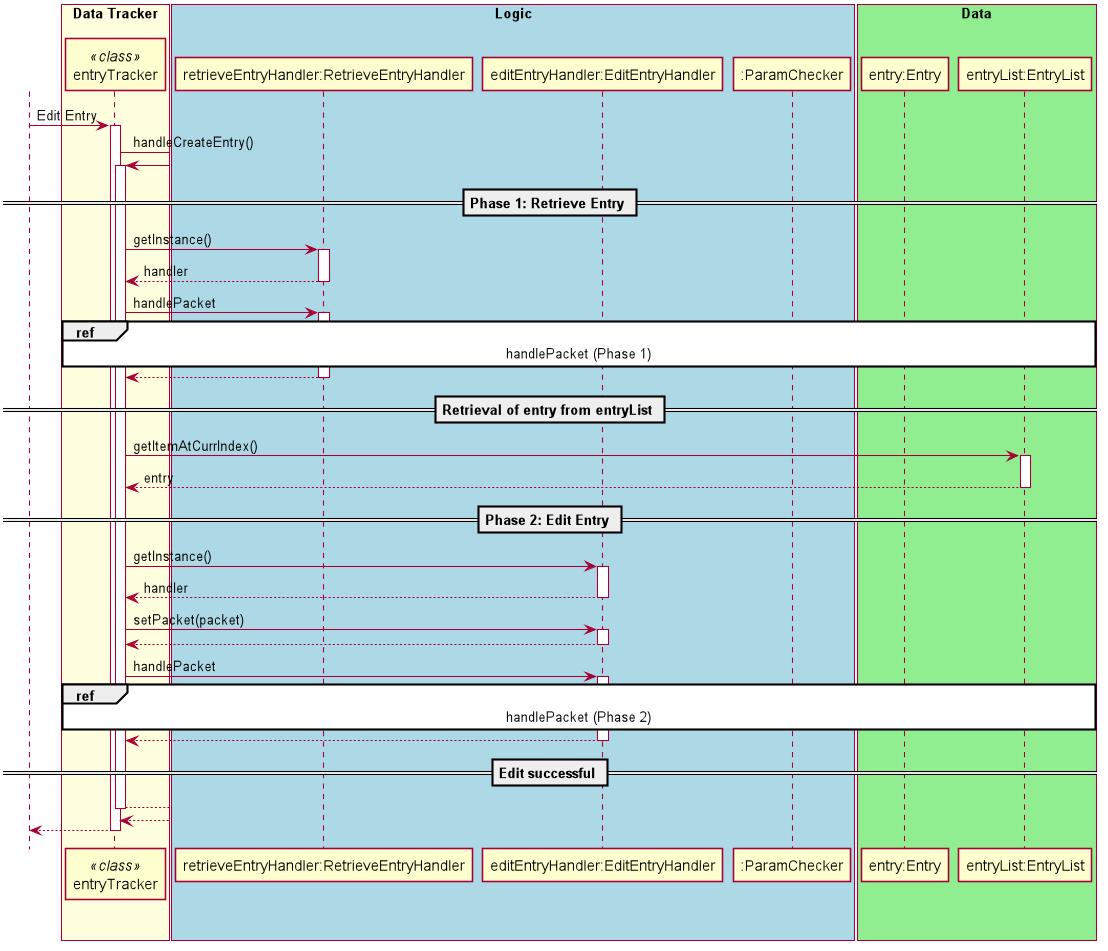
Above: docs/uml_images/images_updated/entryTrackerEditEntrySeqDiagram1.png in nus-cs2113-AY2021S1/tp (PlantUML), before the change.
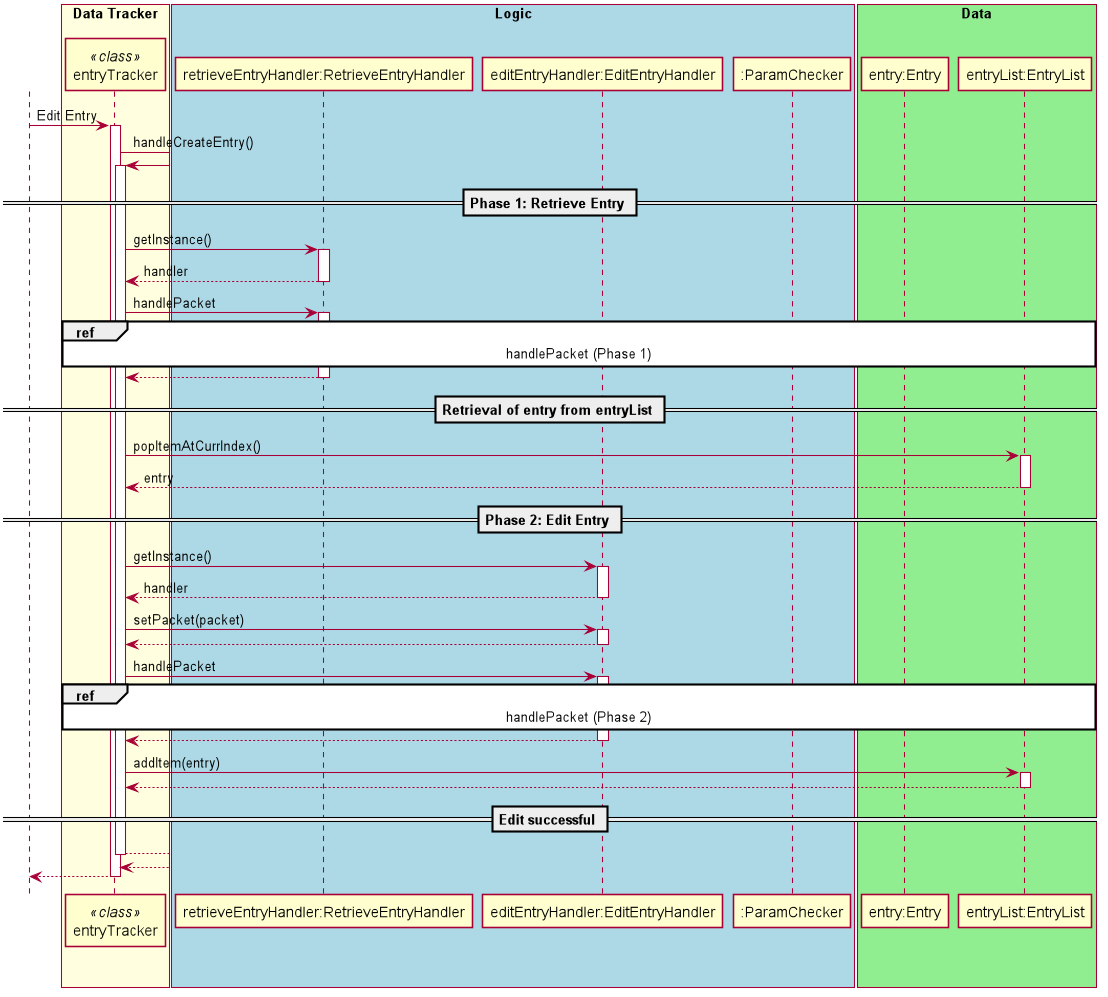
The same diagram one commit later.

What changed in the source:
```diff
@@ -41,7 +41,7 @@
        return
 
     == Retrieval of entry from entryList ==
-    entryTracker -> "entryList:EntryList" : getItemAtCurrIndex()
+    entryTracker -> "entryList:EntryList" : popItemAtCurrIndex()
     return entry
 
     == Phase 2: Edit Entry ==
@@ -53,6 +53,8 @@
                         ref over entryTracker, "retrieveEntryHandler:RetrieveEntryHandler", ":ParamChecker","entryList:EntryList" : handlePacket (Phase 2)
 
         return
+        entryTracker -> "entryList:EntryList" : addItem(entry)
+        return
    == Edit successful ==
    return
 return
```
